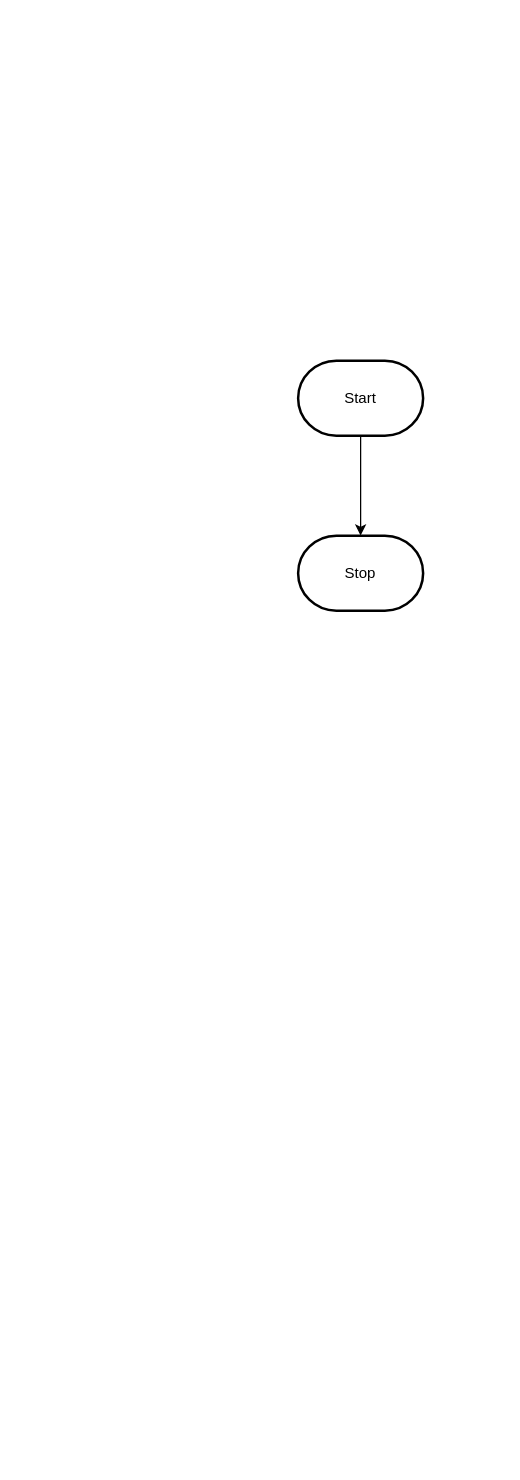
Before: design/flowchart.drawio in Aimar-Fernandez/ICD2O-Final-Project-aimar.fernandez1, a draw.io diagram. Source tidied: cells renumbered, new cells numbered last; positions are measured from the earlier drawing's top-left corner, leaving out a move shared by most shapes. Both pictures are drawn from the tidied source at 125%, with x=0, y=0 at pixel (298, 360).
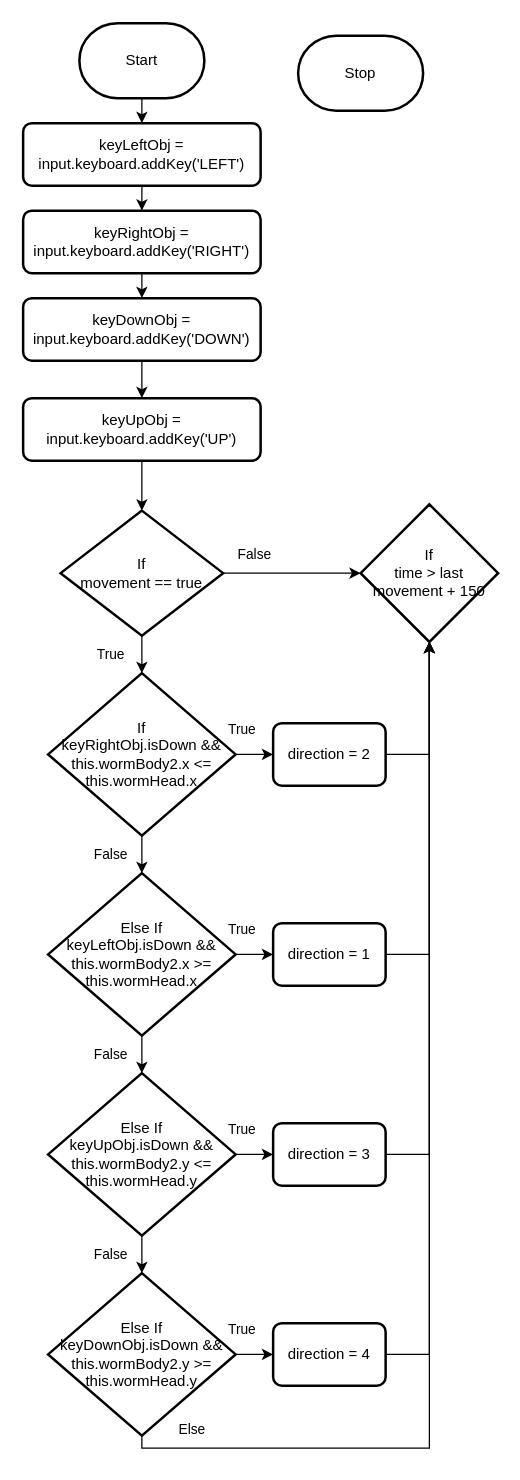
Above is the later version.

What changed in the source:
```diff
@@
-    <mxCell id="2" style="edgeStyle=orthogonalEdgeStyle;html=1;rounded=0;" parent="1" edge="1" source="3" target="4">
-      <mxGeometry relative="1" as="geometry" />
-    </mxCell>
+    <mxCell id="5" style="edgeStyle=none;html=1;entryX=0.5;entryY=0;entryDx=0;entryDy=0;" parent="1" edge="1" source="3" target="2">
+      <mxGeometry relative="1" as="geometry" />
+    </mxCell>
     <mxCell id="3" value="Start" style="strokeWidth=2;html=1;shape=mxgraph.flowchart.terminator;whiteSpace=wrap;" parent="1" vertex="1">
-      <mxGeometry width="100" height="60" as="geometry" />
+      <mxGeometry x="-175" y="-270" width="100" height="60" as="geometry" />
     </mxCell>
     <mxCell id="4" value="Stop" style="strokeWidth=2;html=1;shape=mxgraph.flowchart.terminator;whiteSpace=wrap;" parent="1" vertex="1">
-      <mxGeometry y="140" width="100" height="60" as="geometry" />
+      <mxGeometry y="-260" width="100" height="60" as="geometry" />
     </mxCell>
+    <mxCell id="6" style="edgeStyle=none;html=1;entryX=0.5;entryY=0;entryDx=0;entryDy=0;" parent="1" edge="1" source="2" target="8">
+      <mxGeometry relative="1" as="geometry" />
+    </mxCell>
+    <mxCell id="2" value="keyLeftObj = input.keyboard.addKey('LEFT')" style="rounded=1;whiteSpace=wrap;html=1;absoluteArcSize=1;arcSize=14;strokeWidth=2;" parent="1" vertex="1">
+      <mxGeometry x="-220" y="-190" width="190" height="50" as="geometry" />
+    </mxCell>
+    <mxCell id="7" style="edgeStyle=none;html=1;entryX=0.5;entryY=0;entryDx=0;entryDy=0;" parent="1" edge="1" source="8" target="10">
+      <mxGeometry relative="1" as="geometry" />
+    </mxCell>
+    <mxCell id="8" value="keyRightObj = input.keyboard.addKey('RIGHT')" style="rounded=1;whiteSpace=wrap;html=1;absoluteArcSize=1;arcSize=14;strokeWidth=2;" parent="1" vertex="1">
+      <mxGeometry x="-220" y="-120" width="190" height="50" as="geometry" />
+    </mxCell>
+    <mxCell id="9" style="edgeStyle=none;html=1;entryX=0.5;entryY=0;entryDx=0;entryDy=0;" parent="1" edge="1" source="10" target="11">
+      <mxGeometry relative="1" as="geometry" />
+    </mxCell>
+    <mxCell id="10" value="keyDownObj = input.keyboard.addKey('DOWN')" style="rounded=1;whiteSpace=wrap;html=1;absoluteArcSize=1;arcSize=14;strokeWidth=2;" parent="1" vertex="1">
+      <mxGeometry x="-220" y="-50" width="190" height="50" as="geometry" />
+    </mxCell>
+    <mxCell id="11" value="keyUpObj = input.keyboard.addKey('UP')" style="rounded=1;whiteSpace=wrap;html=1;absoluteArcSize=1;arcSize=14;strokeWidth=2;" parent="1" vertex="1">
+      <mxGeometry x="-220" y="30" width="190" height="50" as="geometry" />
+    </mxCell>
+    <mxCell id="12" value="If&lt;div&gt;movement == true&lt;/div&gt;" style="strokeWidth=2;html=1;shape=mxgraph.flowchart.decision;whiteSpace=wrap;" parent="1" vertex="1">
+      <mxGeometry x="-190" y="120" width="130" height="100" as="geometry" />
+    </mxCell>
+    <mxCell id="13" style="edgeStyle=none;html=1;entryX=0.5;entryY=0;entryDx=0;entryDy=0;entryPerimeter=0;" parent="1" edge="1" source="11" target="12">
+      <mxGeometry relative="1" as="geometry" />
+    </mxCell>
+    <mxCell id="14" style="edgeStyle=orthogonalEdgeStyle;shape=connector;curved=0;rounded=0;html=1;entryX=0;entryY=0.5;entryDx=0;entryDy=0;strokeColor=default;align=center;verticalAlign=middle;fontFamily=Helvetica;fontSize=11;fontColor=default;labelBackgroundColor=default;endArrow=classic;" parent="1" edge="1" source="15" target="24">
+      <mxGeometry relative="1" as="geometry" />
+    </mxCell>
+    <mxCell id="15" value="If&lt;div&gt;keyRightObj.isDown &amp;amp;&amp;amp; this.wormBody2.x &amp;lt;= this.wormHead.x&lt;/div&gt;" style="strokeWidth=2;html=1;shape=mxgraph.flowchart.decision;whiteSpace=wrap;" parent="1" vertex="1">
+      <mxGeometry x="-200" y="250" width="150" height="130" as="geometry" />
+    </mxCell>
+    <mxCell id="16" style="edgeStyle=orthogonalEdgeStyle;shape=connector;curved=0;rounded=0;html=1;entryX=0;entryY=0.5;entryDx=0;entryDy=0;strokeColor=default;align=center;verticalAlign=middle;fontFamily=Helvetica;fontSize=11;fontColor=default;labelBackgroundColor=default;endArrow=classic;" parent="1" edge="1" source="17" target="27">
+      <mxGeometry relative="1" as="geometry" />
+    </mxCell>
+    <mxCell id="17" value="Else If&lt;div&gt;keyLeftObj.isDown &amp;amp;&amp;amp; this.wormBody2.x &amp;gt;= this.wormHead.x&lt;/div&gt;" style="strokeWidth=2;html=1;shape=mxgraph.flowchart.decision;whiteSpace=wrap;" parent="1" vertex="1">
+      <mxGeometry x="-200" y="410" width="150" height="130" as="geometry" />
+    </mxCell>
+    <mxCell id="18" style="edgeStyle=orthogonalEdgeStyle;shape=connector;curved=0;rounded=0;html=1;entryX=0;entryY=0.5;entryDx=0;entryDy=0;strokeColor=default;align=center;verticalAlign=middle;fontFamily=Helvetica;fontSize=11;fontColor=default;labelBackgroundColor=default;endArrow=classic;" parent="1" edge="1" source="19" target="28">
+      <mxGeometry relative="1" as="geometry" />
+    </mxCell>
+    <mxCell id="19" value="Else If&lt;div&gt;keyUpObj.isDown &amp;amp;&amp;amp; this.wormBody2.y &amp;lt;= this.wormHead.y&lt;/div&gt;" style="strokeWidth=2;html=1;shape=mxgraph.flowchart.decision;whiteSpace=wrap;" parent="1" vertex="1">
+      <mxGeometry x="-200" y="570" width="150" height="130" as="geometry" />
+    </mxCell>
+    <mxCell id="20" style="edgeStyle=none;html=1;entryX=0.5;entryY=0;entryDx=0;entryDy=0;entryPerimeter=0;" parent="1" edge="1" source="12" target="15">
+      <mxGeometry relative="1" as="geometry" />
+    </mxCell>
+    <mxCell id="21" style="edgeStyle=none;html=1;entryX=0.5;entryY=0;entryDx=0;entryDy=0;entryPerimeter=0;" parent="1" edge="1" source="15" target="17">
+      <mxGeometry relative="1" as="geometry" />
+    </mxCell>
+    <mxCell id="22" style="edgeStyle=orthogonalEdgeStyle;shape=connector;curved=0;rounded=0;html=1;entryX=0;entryY=0.5;entryDx=0;entryDy=0;strokeColor=default;align=center;verticalAlign=middle;fontFamily=Helvetica;fontSize=11;fontColor=default;labelBackgroundColor=default;endArrow=classic;" parent="1" edge="1" source="23" target="29">
+      <mxGeometry relative="1" as="geometry" />
+    </mxCell>
+    <mxCell id="23" value="Else If&lt;div&gt;keyDownObj.isDown &amp;amp;&amp;amp; this.wormBody2.y &amp;gt;= this.wormHead.y&lt;/div&gt;" style="strokeWidth=2;html=1;shape=mxgraph.flowchart.decision;whiteSpace=wrap;" parent="1" vertex="1">
+      <mxGeometry x="-200" y="730" width="150" height="130" as="geometry" />
+    </mxCell>
+    <mxCell id="24" value="direction = 2" style="rounded=1;whiteSpace=wrap;html=1;absoluteArcSize=1;arcSize=14;strokeWidth=2;" parent="1" vertex="1">
+      <mxGeometry x="-20" y="290" width="90" height="50" as="geometry" />
+    </mxCell>
+    <mxCell id="25" style="edgeStyle=orthogonalEdgeStyle;shape=connector;curved=0;rounded=0;html=1;entryX=0.5;entryY=0;entryDx=0;entryDy=0;entryPerimeter=0;strokeColor=default;align=center;verticalAlign=middle;fontFamily=Helvetica;fontSize=11;fontColor=default;labelBackgroundColor=default;endArrow=classic;" parent="1" edge="1" source="17" target="19">
+      <mxGeometry relative="1" as="geometry" />
+    </mxCell>
+    <mxCell id="26" style="edgeStyle=orthogonalEdgeStyle;shape=connector;curved=0;rounded=0;html=1;entryX=0.5;entryY=0;entryDx=0;entryDy=0;entryPerimeter=0;strokeColor=default;align=center;verticalAlign=middle;fontFamily=Helvetica;fontSize=11;fontColor=default;labelBackgroundColor=default;endArrow=classic;" parent="1" edge="1" source="19" target="23">
+      <mxGeometry relative="1" as="geometry" />
+    </mxCell>
+    <mxCell id="27" value="direction = 1" style="rounded=1;whiteSpace=wrap;html=1;absoluteArcSize=1;arcSize=14;strokeWidth=2;" parent="1" vertex="1">
+      <mxGeometry x="-20" y="450" width="90" height="50" as="geometry" />
+    </mxCell>
+    <mxCell id="28" value="direction = 3" style="rounded=1;whiteSpace=wrap;html=1;absoluteArcSize=1;arcSize=14;strokeWidth=2;" parent="1" vertex="1">
+      <mxGeometry x="-20" y="610" width="90" height="50" as="geometry" />
+    </mxCell>
+    <mxCell id="29" value="direction = 4" style="rounded=1;whiteSpace=wrap;html=1;absoluteArcSize=1;arcSize=14;strokeWidth=2;" parent="1" vertex="1">
+      <mxGeometry x="-20" y="770" width="90" height="50" as="geometry" />
+    </mxCell>
+    <mxCell id="30" value="If&lt;div&gt;time &amp;gt; last movement + 150&lt;/div&gt;" style="strokeWidth=2;html=1;shape=mxgraph.flowchart.decision;whiteSpace=wrap;" parent="1" vertex="1">
+      <mxGeometry x="50" y="115" width="110" height="110" as="geometry" />
+    </mxCell>
+    <mxCell id="31" style="edgeStyle=orthogonalEdgeStyle;shape=connector;curved=0;rounded=0;html=1;entryX=0;entryY=0.5;entryDx=0;entryDy=0;entryPerimeter=0;strokeColor=default;align=center;verticalAlign=middle;fontFamily=Helvetica;fontSize=11;fontColor=default;labelBackgroundColor=default;endArrow=classic;" parent="1" edge="1" source="12" target="30">
+      <mxGeometry relative="1" as="geometry" />
+    </mxCell>
+    <mxCell id="32" style="edgeStyle=orthogonalEdgeStyle;shape=connector;curved=0;rounded=0;html=1;entryX=0.5;entryY=1;entryDx=0;entryDy=0;entryPerimeter=0;strokeColor=default;align=center;verticalAlign=middle;fontFamily=Helvetica;fontSize=11;fontColor=default;labelBackgroundColor=default;endArrow=classic;" parent="1" edge="1" source="24" target="30">
+      <mxGeometry relative="1" as="geometry">
+        <Array as="points">
+          <mxPoint x="105" y="315" />
+        </Array>
+      </mxGeometry>
+    </mxCell>
+    <mxCell id="33" style="edgeStyle=orthogonalEdgeStyle;shape=connector;curved=0;rounded=0;html=1;entryX=0.5;entryY=1;entryDx=0;entryDy=0;entryPerimeter=0;strokeColor=default;align=center;verticalAlign=middle;fontFamily=Helvetica;fontSize=11;fontColor=default;labelBackgroundColor=default;endArrow=classic;" parent="1" edge="1" source="27" target="30">
+      <mxGeometry relative="1" as="geometry">
+        <Array as="points">
+          <mxPoint x="105" y="475" />
+        </Array>
+      </mxGeometry>
+    </mxCell>
+    <mxCell id="34" style="edgeStyle=orthogonalEdgeStyle;shape=connector;curved=0;rounded=0;html=1;entryX=0.5;entryY=1;entryDx=0;entryDy=0;entryPerimeter=0;strokeColor=default;align=center;verticalAlign=middle;fontFamily=Helvetica;fontSize=11;fontColor=default;labelBackgroundColor=default;endArrow=classic;" parent="1" edge="1" source="28" target="30">
+      <mxGeometry relative="1" as="geometry">
+        <Array as="points">
+          <mxPoint x="105" y="635" />
+        </Array>
+      </mxGeometry>
+    </mxCell>
+    <mxCell id="35" style="edgeStyle=orthogonalEdgeStyle;shape=connector;curved=0;rounded=0;html=1;entryX=0.5;entryY=1;entryDx=0;entryDy=0;entryPerimeter=0;strokeColor=default;align=center;verticalAlign=middle;fontFamily=Helvetica;fontSize=11;fontColor=default;labelBackgroundColor=default;endArrow=classic;" parent="1" edge="1" source="29" target="30">
+      <mxGeometry relative="1" as="geometry">
+        <Array as="points">
+          <mxPoint x="105" y="795" />
+        </Array>
+      </mxGeometry>
+    </mxCell>
+    <mxCell id="36" style="edgeStyle=orthogonalEdgeStyle;shape=connector;curved=0;rounded=0;html=1;entryX=0.5;entryY=1;entryDx=0;entryDy=0;entryPerimeter=0;strokeColor=default;align=center;verticalAlign=middle;fontFamily=Helvetica;fontSize=11;fontColor=default;labelBackgroundColor=default;endArrow=classic;" parent="1" edge="1" source="23" target="30">
+      <mxGeometry relative="1" as="geometry">
+        <Array as="points">
+          <mxPoint x="-125" y="870" />
+          <mxPoint x="105" y="870" />
+        </Array>
+      </mxGeometry>
+    </mxCell>
+    <mxCell id="37" value="True" style="text;html=1;align=center;verticalAlign=middle;strokeColor=none;fillColor=none;fontFamily=Helvetica;fontSize=11;fontColor=default;labelBackgroundColor=default;" parent="1" vertex="1">
+      <mxGeometry x="-175" y="220" width="50" height="30" as="geometry" />
+    </mxCell>
+    <mxCell id="38" value="True" style="text;html=1;align=center;verticalAlign=middle;strokeColor=none;fillColor=none;fontFamily=Helvetica;fontSize=11;fontColor=default;labelBackgroundColor=default;" parent="1" vertex="1">
+      <mxGeometry x="-70" y="280" width="50" height="30" as="geometry" />
+    </mxCell>
+    <mxCell id="39" value="True" style="text;html=1;align=center;verticalAlign=middle;strokeColor=none;fillColor=none;fontFamily=Helvetica;fontSize=11;fontColor=default;labelBackgroundColor=default;" parent="1" vertex="1">
+      <mxGeometry x="-70" y="440" width="50" height="30" as="geometry" />
+    </mxCell>
+    <mxCell id="40" value="True" style="text;html=1;align=center;verticalAlign=middle;strokeColor=none;fillColor=none;fontFamily=Helvetica;fontSize=11;fontColor=default;labelBackgroundColor=default;" parent="1" vertex="1">
+      <mxGeometry x="-70" y="600" width="50" height="30" as="geometry" />
+    </mxCell>
+    <mxCell id="41" value="True" style="text;html=1;align=center;verticalAlign=middle;strokeColor=none;fillColor=none;fontFamily=Helvetica;fontSize=11;fontColor=default;labelBackgroundColor=default;" parent="1" vertex="1">
+      <mxGeometry x="-70" y="760" width="50" height="30" as="geometry" />
+    </mxCell>
+    <mxCell id="42" value="False" style="text;html=1;align=center;verticalAlign=middle;strokeColor=none;fillColor=none;fontFamily=Helvetica;fontSize=11;fontColor=default;labelBackgroundColor=default;" parent="1" vertex="1">
+      <mxGeometry x="-60" y="140" width="50" height="30" as="geometry" />
+    </mxCell>
+    <mxCell id="43" value="False" style="text;html=1;align=center;verticalAlign=middle;strokeColor=none;fillColor=none;fontFamily=Helvetica;fontSize=11;fontColor=default;labelBackgroundColor=default;" parent="1" vertex="1">
+      <mxGeometry x="-175" y="380" width="50" height="30" as="geometry" />
+    </mxCell>
+    <mxCell id="44" value="False" style="text;html=1;align=center;verticalAlign=middle;strokeColor=none;fillColor=none;fontFamily=Helvetica;fontSize=11;fontColor=default;labelBackgroundColor=default;" parent="1" vertex="1">
+      <mxGeometry x="-175" y="540" width="50" height="30" as="geometry" />
+    </mxCell>
+    <mxCell id="45" value="False" style="text;html=1;align=center;verticalAlign=middle;strokeColor=none;fillColor=none;fontFamily=Helvetica;fontSize=11;fontColor=default;labelBackgroundColor=default;" parent="1" vertex="1">
+      <mxGeometry x="-175" y="700" width="50" height="30" as="geometry" />
+    </mxCell>
+    <mxCell id="46" value="Else" style="text;html=1;align=center;verticalAlign=middle;strokeColor=none;fillColor=none;fontFamily=Helvetica;fontSize=11;fontColor=default;labelBackgroundColor=default;" parent="1" vertex="1">
+      <mxGeometry x="-105" y="840" width="40" height="30" as="geometry" />
+    </mxCell>
```
